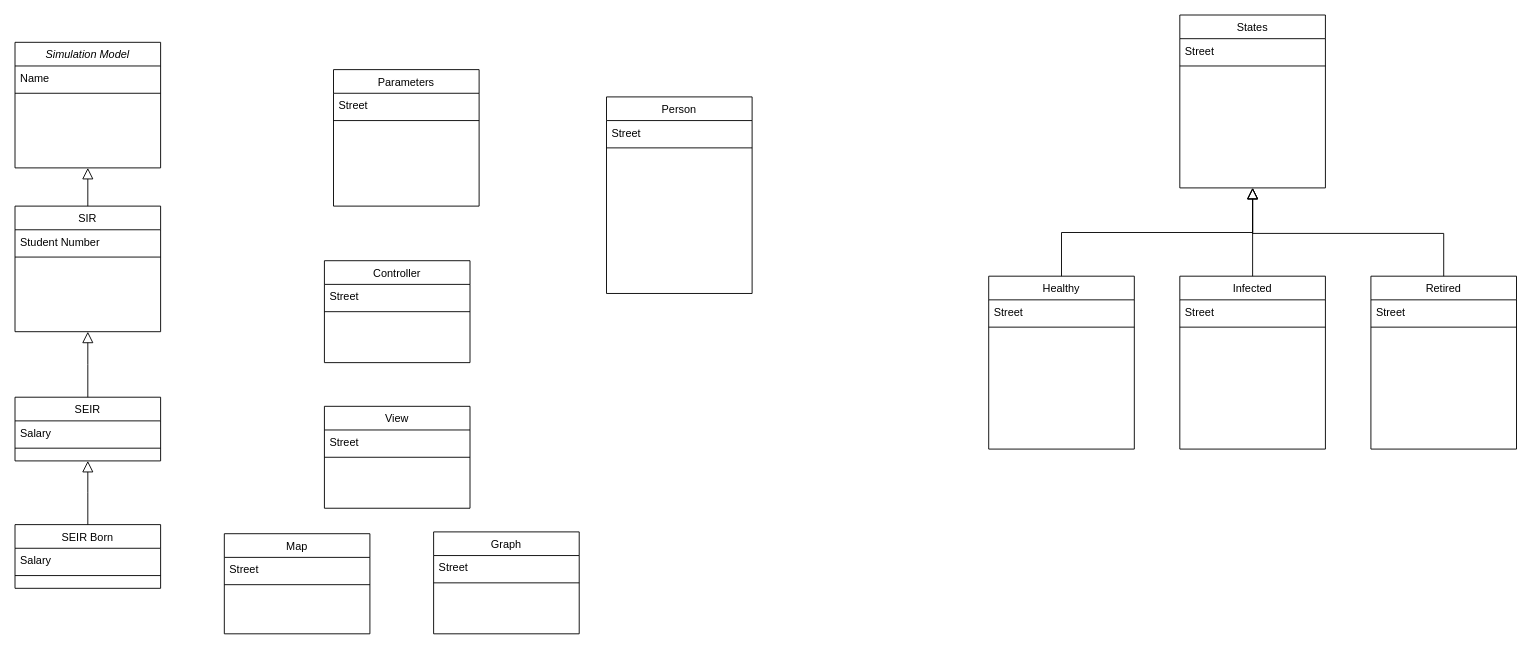
Yaimuu/SIR_Project keeps this draw.io diagram as UML/Class Diagram.drawio. Above is the earlier version. Source tidied: cells renumbered, new cells numbered last; positions are measured from the earlier drawing's top-left corner, leaving out a move shared by most shapes. Both pictures are drawn from the tidied source at 91%, with x=0, y=0 at pixel (15, 15).
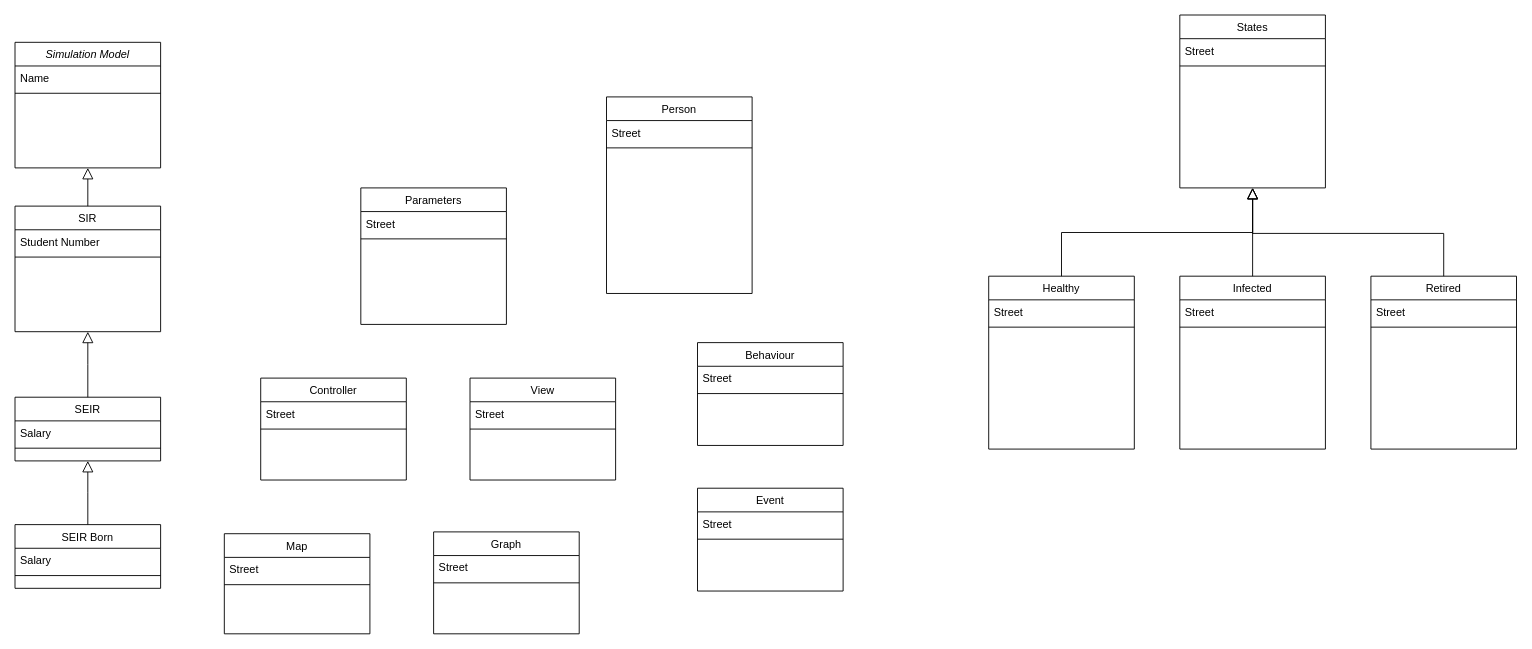
The same diagram, later.

The edit, as a diff of the source:
```diff
@@
     <mxCell id="35" value="Parameters" style="swimlane;fontStyle=0;align=center;verticalAlign=top;horizontal=1;startSize=26;rounded=0;shadow=0;strokeWidth=1;" parent="1" vertex="1">
-      <mxGeometry x="350" y="60" width="160" height="150" as="geometry" />
+      <mxGeometry x="380" y="190" width="160" height="150" as="geometry" />
     </mxCell>
@@
     <mxCell id="44" value="View" style="swimlane;fontStyle=0;align=center;verticalAlign=top;horizontal=1;startSize=26;rounded=0;shadow=0;strokeWidth=1;" parent="1" vertex="1">
-      <mxGeometry x="340" y="430" width="160" height="112" as="geometry" />
+      <mxGeometry x="500" y="399" width="160" height="112" as="geometry" />
     </mxCell>
@@
     <mxCell id="47" value="Controller" style="swimlane;fontStyle=0;align=center;verticalAlign=top;horizontal=1;startSize=26;rounded=0;shadow=0;strokeWidth=1;" parent="1" vertex="1">
-      <mxGeometry x="340" y="270" width="160" height="112" as="geometry" />
+      <mxGeometry x="270" y="399" width="160" height="112" as="geometry" />
     </mxCell>
@@
+    <mxCell id="50" value="Behaviour" style="swimlane;fontStyle=0;align=center;verticalAlign=top;horizontal=1;startSize=26;rounded=0;shadow=0;strokeWidth=1;" parent="1" vertex="1">
+      <mxGeometry x="750" y="360" width="160" height="113" as="geometry" />
+    </mxCell>
+    <mxCell id="51" value="Street" style="text;align=left;verticalAlign=top;spacingLeft=4;spacingRight=4;overflow=hidden;" parent="50" vertex="1">
+      <mxGeometry y="26" width="160" height="26" as="geometry" />
+    </mxCell>
+    <mxCell id="52" style="line;html=1;strokeWidth=1;align=left;verticalAlign=middle;spacingTop=-1;spacingLeft=3;spacingRight=3;labelPosition=right;" parent="50" vertex="1">
+      <mxGeometry y="52" width="160" height="8" as="geometry" />
+    </mxCell>
+    <mxCell id="53" value="Event" style="swimlane;fontStyle=0;align=center;verticalAlign=top;horizontal=1;startSize=26;rounded=0;shadow=0;strokeWidth=1;" parent="1" vertex="1">
+      <mxGeometry x="750" y="520" width="160" height="113" as="geometry" />
+    </mxCell>
+    <mxCell id="54" value="Street" style="text;align=left;verticalAlign=top;spacingLeft=4;spacingRight=4;overflow=hidden;" parent="53" vertex="1">
+      <mxGeometry y="26" width="160" height="26" as="geometry" />
+    </mxCell>
+    <mxCell id="55" style="line;html=1;strokeWidth=1;align=left;verticalAlign=middle;spacingTop=-1;spacingLeft=3;spacingRight=3;labelPosition=right;" parent="53" vertex="1">
+      <mxGeometry y="52" width="160" height="8" as="geometry" />
+    </mxCell>
```
